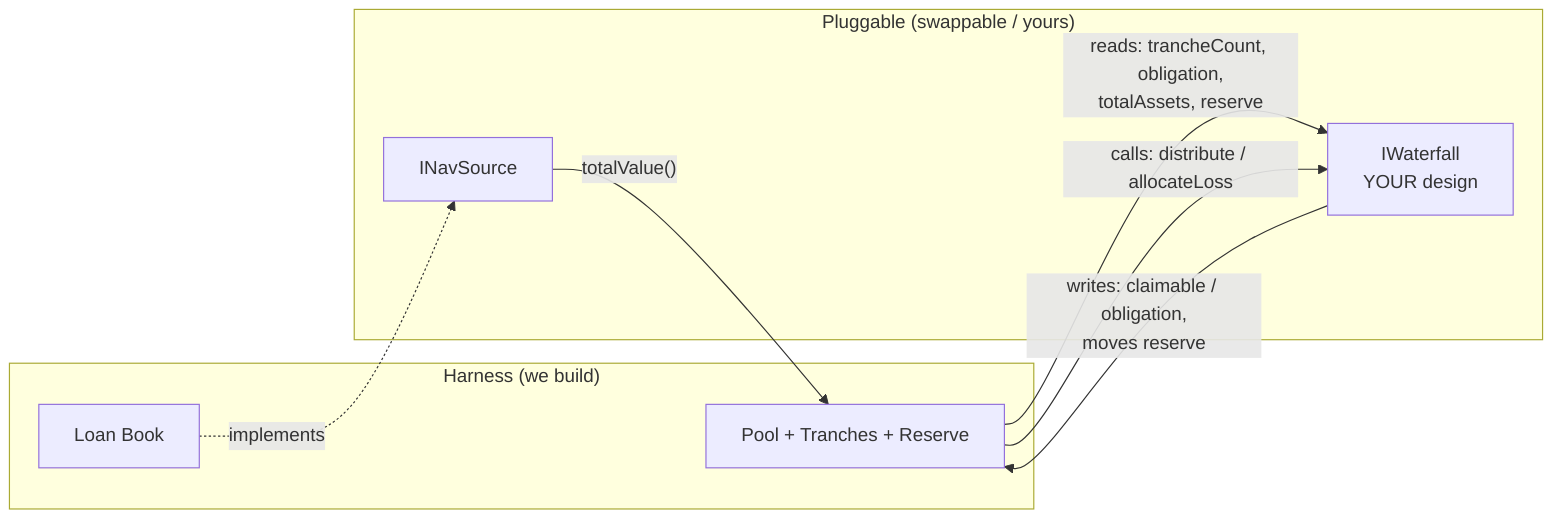
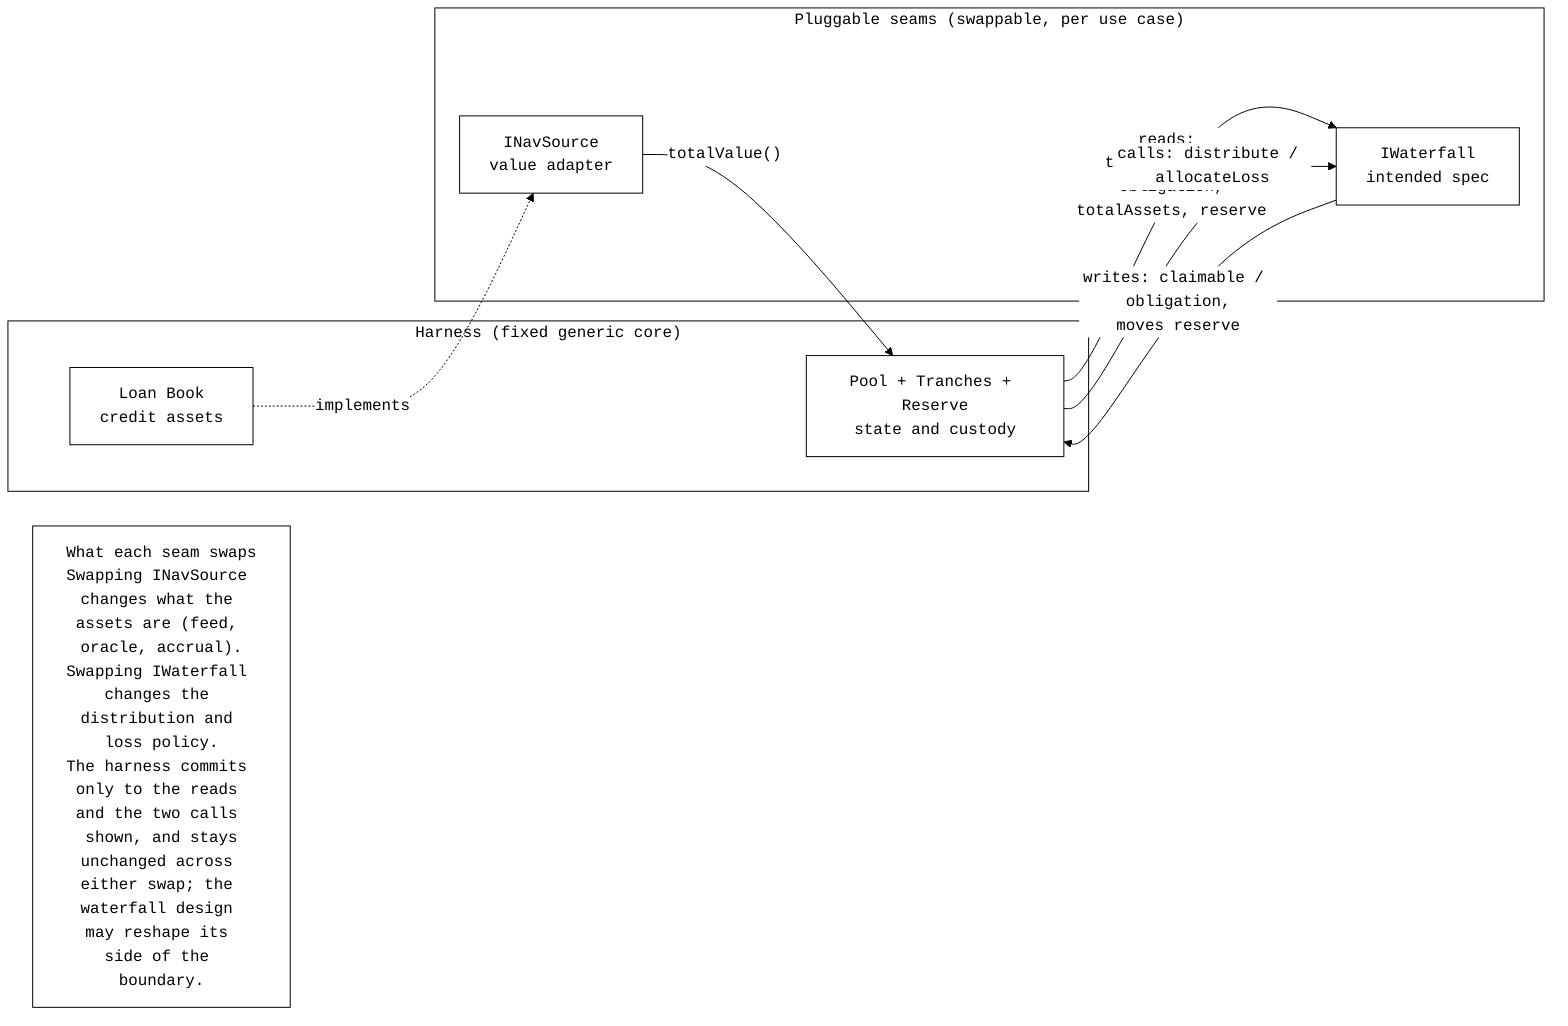
+ %%{init: {'theme':'base','themeVariables':{'primaryColor':'#ffffff','primaryTextColor':'#000000','primaryBorderColor':'#000000','lineColor':'#000000','secondaryColor':'#ffffff','secondaryTextColor':'#000000','tertiaryColor':'#ffffff','clusterBkg':'#ffffff','clusterBorder':'#000000','edgeLabelBackground':'#ffffff','fontFamily':'monospace'}}}%%
%% Hooke-Centrifuge — the two pluggable seams and what crosses each boundary.
flowchart LR
-   subgraph HARNESS["Harness (we build)"]
-     POOL["Pool + Tranches + Reserve"]
-     LB["Loan Book"]
+   subgraph HARNESS["Harness (fixed generic core)"]
+     POOL["Pool + Tranches + Reserve<br/>state and custody"]
+     LB["Loan Book<br/>credit assets"]
  end
-   subgraph EXT["Pluggable (swappable / yours)"]
-     NAV["INavSource"]
-     WF["IWaterfall<br/>YOUR design"]
+   subgraph EXT["Pluggable seams (swappable, per use case)"]
+     NAV["INavSource<br/>value adapter"]
+     WF["IWaterfall<br/>intended spec"]
  end

  LB -.->|"implements"| NAV
  NAV -->|"totalValue()"| POOL
  POOL -->|"reads: trancheCount, obligation,<br/>totalAssets, reserve"| WF
  POOL -->|"calls: distribute / allocateLoss"| WF
  WF -->|"writes: claimable / obligation,<br/>moves reserve"| POOL
+ 
+   LEGEND["What each seam swaps<br/>Swapping INavSource changes what the assets are (feed, oracle, accrual).<br/>Swapping IWaterfall changes the distribution and loss policy.<br/>The harness commits only to the reads and the two calls shown, and stays<br/>unchanged across either swap; the waterfall design may reshape its side of the boundary."]
